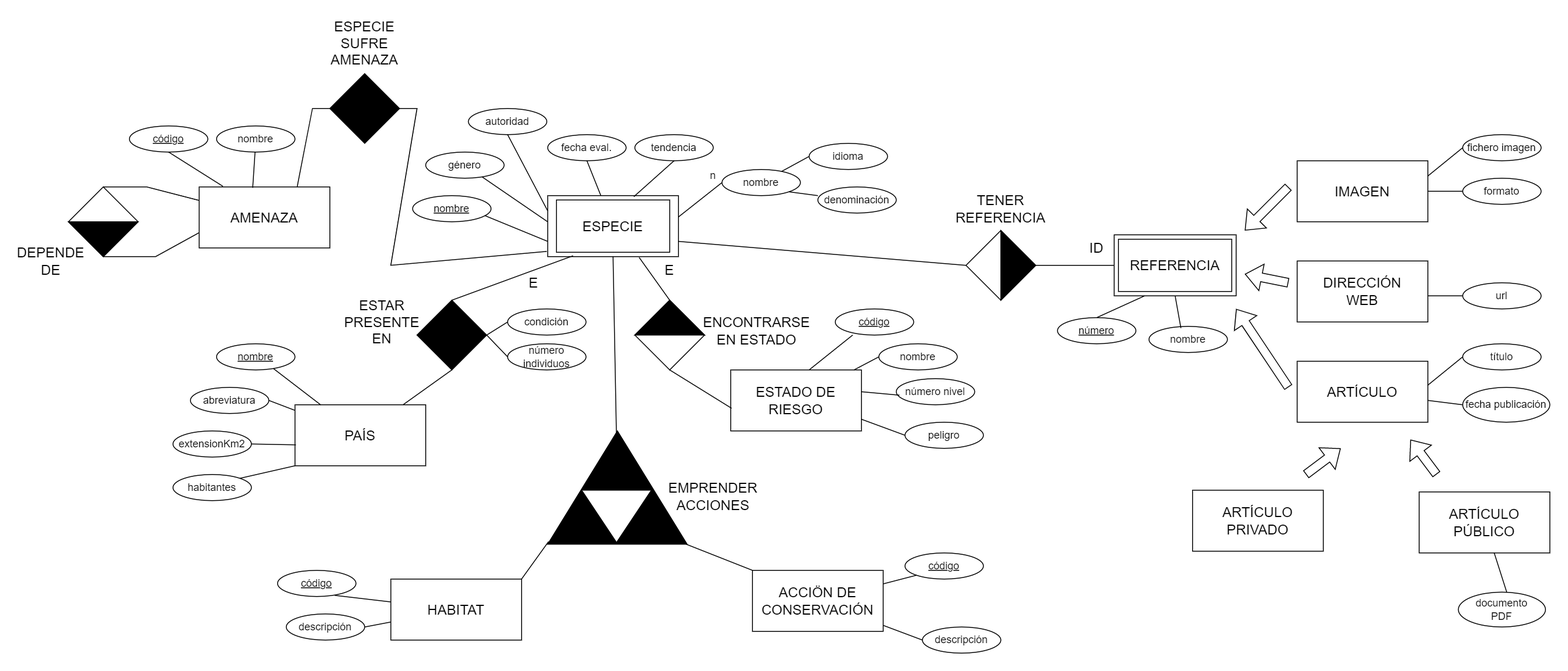
This is 0203-ModelEntitatRelacioYModelRelacional/0282b2-especiesAmenacades-EER.drawio.png from ncabanes/sv2023-basesDeDades, a draw.io export, as it was before one commit. Source tidied: cells renumbered, new cells last; positions are measured from the earlier drawing's top-left corner, leaving out a move shared by most shapes.
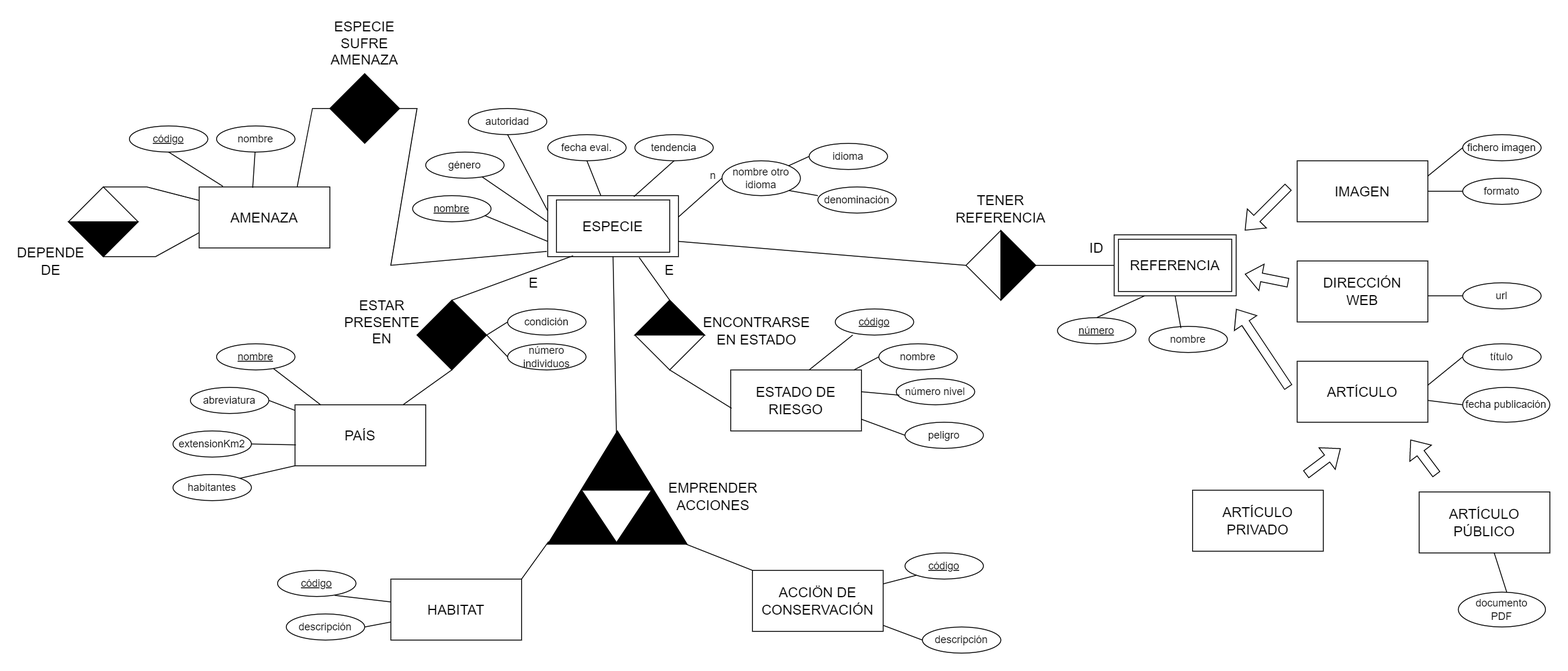
Above is the later version.

Commit message:
2.85: Especies amenaçades (MR)

Diff of the diagram source:
```diff
@@ -20,8 +20,8 @@
     <mxCell id="7" value="tendencia" style="ellipse;whiteSpace=wrap;html=1;" parent="1" vertex="1">
       <mxGeometry x="700" y="120" width="90" height="30" as="geometry" />
     </mxCell>
-    <mxCell id="8" value="nombre" style="ellipse;whiteSpace=wrap;html=1;" parent="1" vertex="1">
-      <mxGeometry x="800" y="160" width="90" height="30" as="geometry" />
+    <mxCell id="8" value="nombre otro&lt;br&gt;idioma" style="ellipse;whiteSpace=wrap;html=1;" parent="1" vertex="1">
+      <mxGeometry x="800" y="150" width="90" height="40" as="geometry" />
     </mxCell>
     <mxCell id="9" value="idioma" style="ellipse;whiteSpace=wrap;html=1;" parent="1" vertex="1">
       <mxGeometry x="900" y="130" width="90" height="30" as="geometry" />
```
